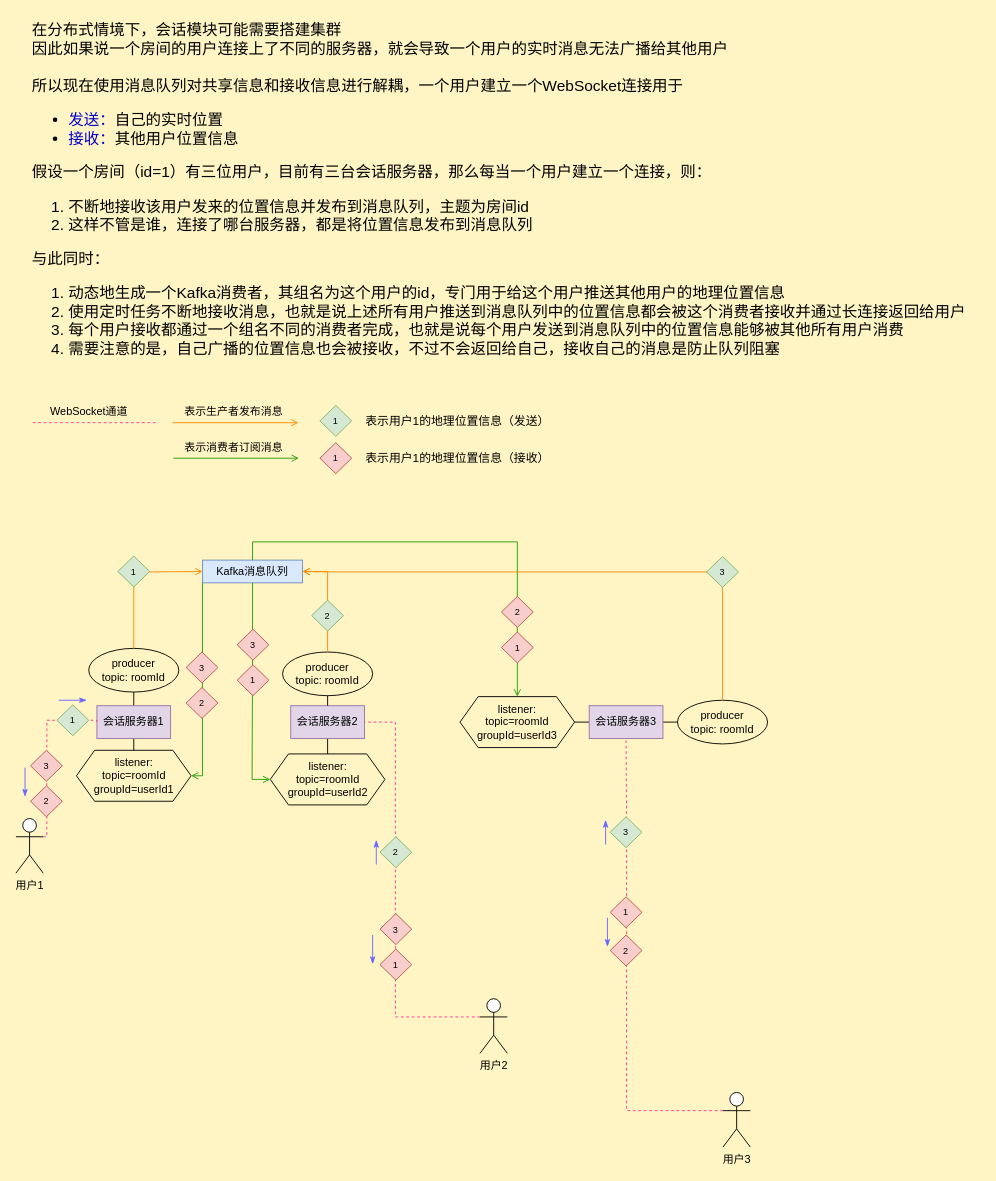
The draw.io diagram page "分布式会话解决方案" (4 of 4) of findMe-UML.dio in swsk33/find-me-cloud, before the edit. Source tidied: cells renumbered, new cells numbered last; positions are measured from the earlier drawing's top-left corner, leaving out a move shared by most shapes. Both pictures are drawn from the tidied source at 91%, with x=0, y=0 at pixel (15, 15).
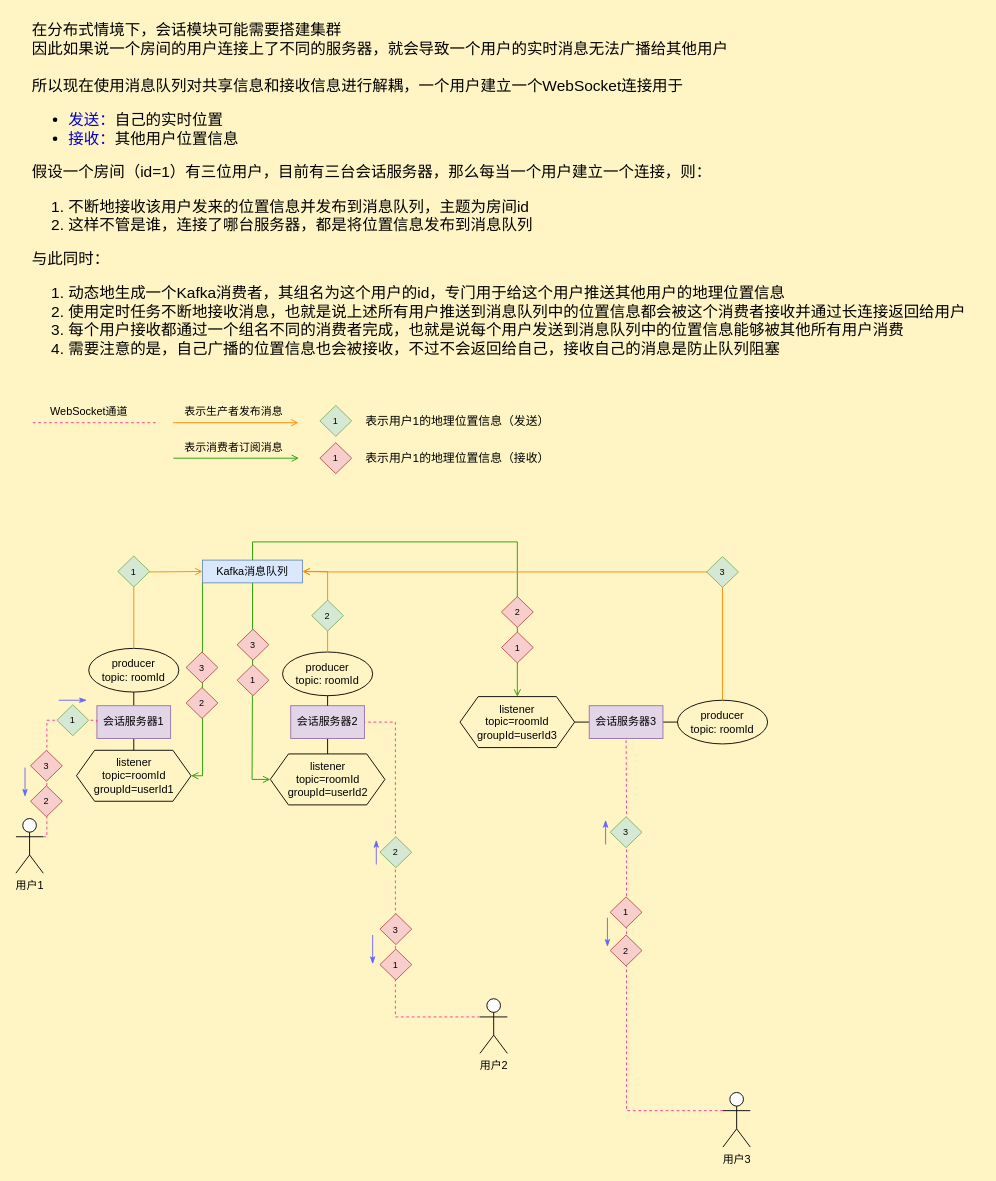
The same page after the edit.

Diff of the diagram source:
```diff
@@
-    <mxCell id="19" value="listener:&lt;br&gt;topic=roomId&lt;br&gt;groupId=userId2" style="shape=hexagon;perimeter=hexagonPerimeter2;whiteSpace=wrap;html=1;fixedSize=1;fillColor=none;" parent="1" vertex="1">
+    <mxCell id="19" value="listener&lt;br&gt;topic=roomId&lt;br&gt;groupId=userId2" style="shape=hexagon;perimeter=hexagonPerimeter2;whiteSpace=wrap;html=1;fixedSize=1;fillColor=none;" parent="1" vertex="1">
       <mxGeometry x="279.5" y="811" width="126" height="56" as="geometry" />
     </mxCell>
@@
-    <mxCell id="39" value="listener:&lt;br&gt;topic=roomId&lt;br&gt;groupId=userId3" style="shape=hexagon;perimeter=hexagonPerimeter2;whiteSpace=wrap;html=1;fixedSize=1;fillColor=none;" parent="1" vertex="1">
+    <mxCell id="39" value="listener&lt;br&gt;topic=roomId&lt;br&gt;groupId=userId3" style="shape=hexagon;perimeter=hexagonPerimeter2;whiteSpace=wrap;html=1;fixedSize=1;fillColor=none;" parent="1" vertex="1">
       <mxGeometry x="488" y="748" width="126" height="56" as="geometry" />
     </mxCell>
@@
-    <mxCell id="50" value="listener:&lt;br&gt;topic=roomId&lt;br&gt;groupId=userId1" style="shape=hexagon;perimeter=hexagonPerimeter2;whiteSpace=wrap;html=1;fixedSize=1;fillColor=none;" parent="1" vertex="1">
+    <mxCell id="50" value="listener&lt;br&gt;topic=roomId&lt;br&gt;groupId=userId1" style="shape=hexagon;perimeter=hexagonPerimeter2;whiteSpace=wrap;html=1;fixedSize=1;fillColor=none;" parent="1" vertex="1">
       <mxGeometry x="66.5" y="807" width="126" height="56" as="geometry" />
     </mxCell>
```
